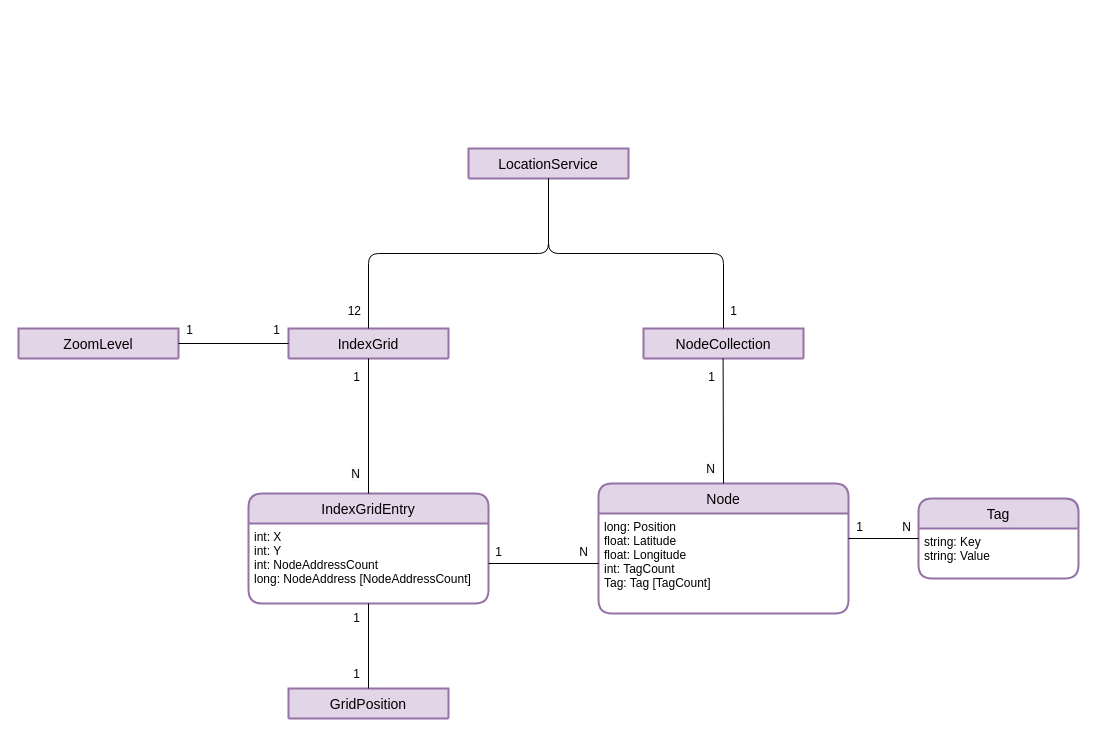
Before: page "data-format" (3 of 4) of _images/architecture.drawio in gartenkralle/geolocation-services-doc, a draw.io diagram. Source tidied: cells renumbered, new cells numbered last; positions are measured from the earlier drawing's top-left corner, leaving out a move shared by most shapes. Both pictures are drawn from the tidied source at 100%, with x=0, y=0 at pixel (18, 148).
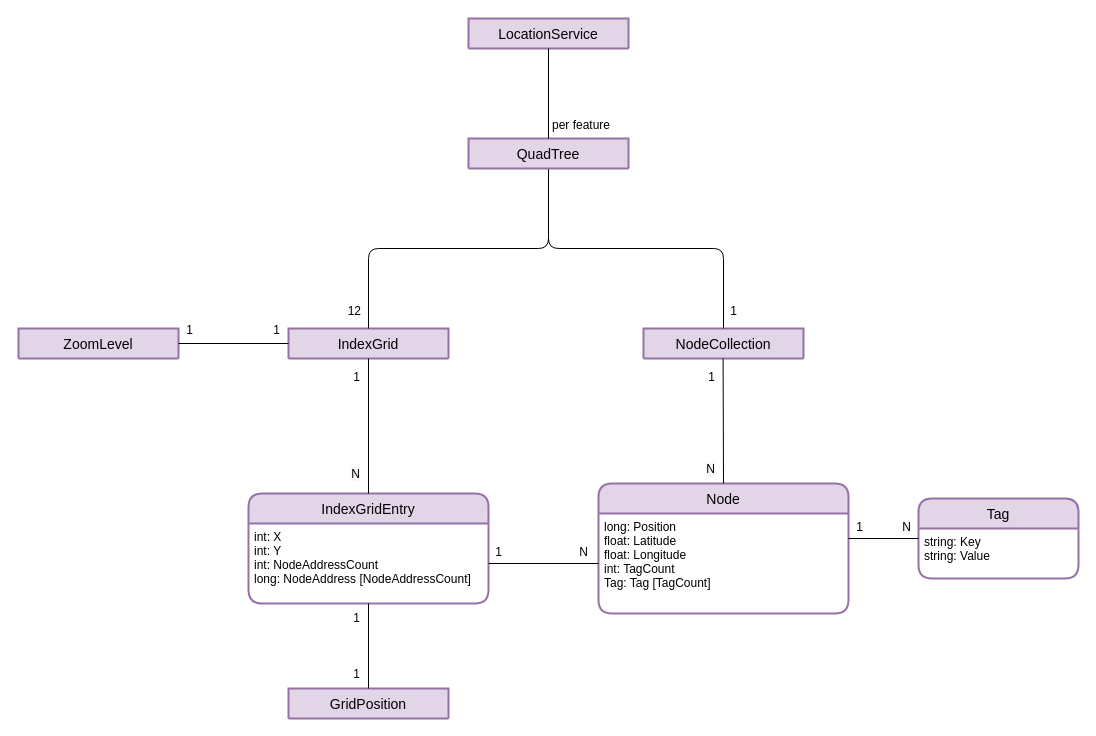
The same page after the edit.

Unchanged cells that the change refers to:
```xml
<mxCell id="6" value="IndexGrid" style="swimlane;horizontal=1;startSize=30;rounded=1;fontSize=14;fontStyle=0;strokeWidth=2;shadow=0;dashed=0;align=center;fillColor=#e1d5e7;strokeColor=#9673a6;" parent="1" vertex="1">
  <mxGeometry x="270" y="180" width="160" height="30" as="geometry" />
</mxCell>
<mxCell id="7" value="NodeCollection" style="swimlane;horizontal=1;startSize=30;rounded=1;fontSize=14;fontStyle=0;strokeWidth=2;shadow=0;dashed=0;align=center;fillColor=#e1d5e7;strokeColor=#9673a6;" parent="1" vertex="1">
  <mxGeometry x="625" y="180" width="160" height="30" as="geometry" />
</mxCell>
```

Diff of the diagram source:
```diff
@@
     <mxCell id="27" value="LocationService" style="swimlane;horizontal=1;startSize=30;rounded=1;fontSize=14;fontStyle=0;strokeWidth=2;shadow=0;dashed=0;align=center;fillColor=#e1d5e7;strokeColor=#9673a6;" parent="1" vertex="1">
-      <mxGeometry x="450" width="160" height="30" as="geometry" />
+      <mxGeometry x="450" y="-130" width="160" height="30" as="geometry" />
     </mxCell>
-    <mxCell id="28" style="endArrow=none;html=1;rounded=1;entryX=0.5;entryY=1;entryDx=0;entryDy=0;exitX=0.5;exitY=0;exitDx=0;exitDy=0;edgeStyle=orthogonalEdgeStyle;" parent="1" edge="1" source="6" target="27">
+    <mxCell id="28" style="endArrow=none;html=1;rounded=1;entryX=0.5;entryY=1;entryDx=0;entryDy=0;exitX=0.5;exitY=0;exitDx=0;exitDy=0;edgeStyle=orthogonalEdgeStyle;" parent="1" edge="1" source="6" target="36">
       <mxGeometry relative="1" as="geometry" />
     </mxCell>
-    <mxCell id="29" style="endArrow=none;html=1;rounded=1;exitX=0.5;exitY=0;exitDx=0;exitDy=0;entryX=0.5;entryY=1;entryDx=0;entryDy=0;edgeStyle=orthogonalEdgeStyle;" parent="1" edge="1" source="7" target="27">
+    <mxCell id="29" style="endArrow=none;html=1;rounded=1;exitX=0.5;exitY=0;exitDx=0;exitDy=0;entryX=0.5;entryY=1;entryDx=0;entryDy=0;edgeStyle=orthogonalEdgeStyle;" parent="1" edge="1" source="7" target="36">
       <mxGeometry relative="1" as="geometry" />
     </mxCell>
@@
+    <mxCell id="36" value="QuadTree" style="swimlane;horizontal=1;startSize=30;rounded=1;fontSize=14;fontStyle=0;strokeWidth=2;shadow=0;dashed=0;align=center;fillColor=#e1d5e7;strokeColor=#9673a6;" parent="1" vertex="1">
+      <mxGeometry x="450" y="-10" width="160" height="30" as="geometry" />
+    </mxCell>
+    <mxCell id="37" style="endArrow=none;html=1;rounded=1;exitX=0.5;exitY=0;exitDx=0;exitDy=0;entryX=0.5;entryY=1;entryDx=0;entryDy=0;edgeStyle=orthogonalEdgeStyle;" parent="1" edge="1" source="36" target="27">
+      <mxGeometry relative="1" as="geometry" />
+    </mxCell>
+    <mxCell id="38" value="per feature" style="html=1;align=right;verticalAlign=bottom;direction=south;spacingRight=-2;spacingBottom=5;" parent="1" vertex="1">
+      <mxGeometry x="590" y="-10" as="geometry" />
+    </mxCell>
```
